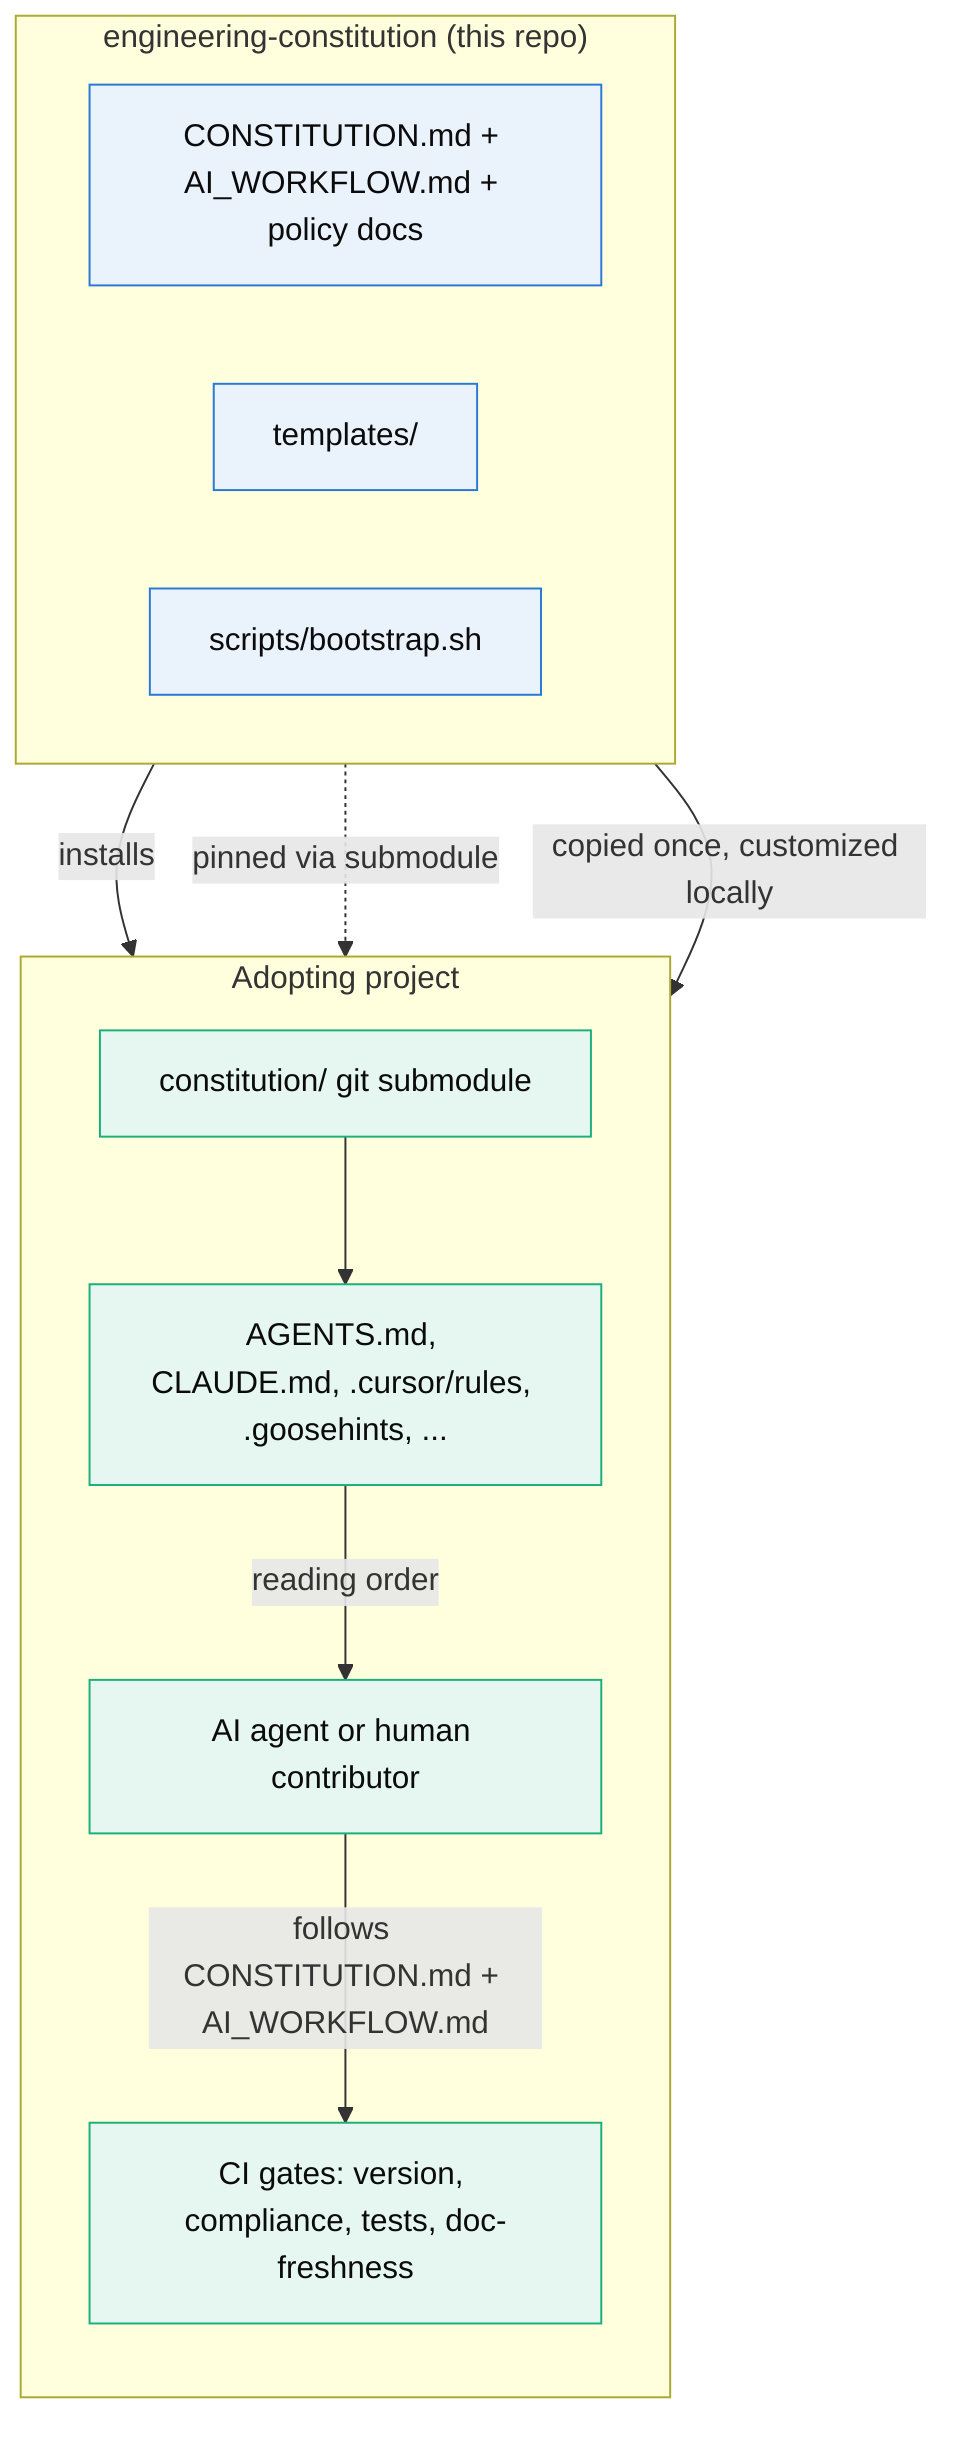
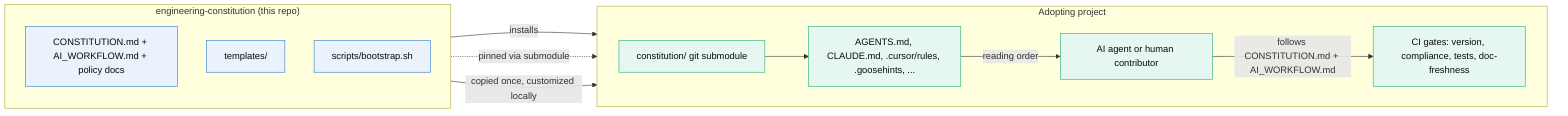
- flowchart TD
+ flowchart LR
    subgraph Source["engineering-constitution (this repo)"]
-         direction LR
-         C[CONSTITUTION.md + AI_WORKFLOW.md + policy docs]
-         T[templates/]
-         S[scripts/bootstrap.sh]
+         direction TB
+         C["CONSTITUTION.md + AI_WORKFLOW.md + policy docs"]
+         T["templates/"]
+         S["scripts/bootstrap.sh"]
    end

    subgraph Project["Adopting project"]
-         direction TB
-         Sub[constitution/ git submodule]
-         Local[AGENTS.md, CLAUDE.md, .cursor/rules, .goosehints, ...]
-         Agent[AI agent or human contributor]
-         Gates[CI gates: version, compliance, tests, doc-freshness]
+         direction LR
+         Sub["constitution/ git submodule"]
+         Local["AGENTS.md, CLAUDE.md, .cursor/rules, .goosehints, ..."]
+         Agent["AI agent or human contributor"]
+         Gates["CI gates: version, compliance, tests, doc-freshness"]

        Sub --> Local
        Local -->|reading order| Agent
        Agent -->|follows CONSTITUTION.md + AI_WORKFLOW.md| Gates
    end

    S -->|installs| Sub
    C -.->|pinned via submodule| Sub
    T -->|copied once, customized locally| Local

    classDef sourceNode fill:#eaf2fc,stroke:#2a78d6,stroke-width:1px,color:#0b0b0b
    classDef projectNode fill:#e6f7f1,stroke:#1baf7a,stroke-width:1px,color:#0b0b0b
    class C,T,S sourceNode
    class Sub,Local,Agent,Gates projectNode
